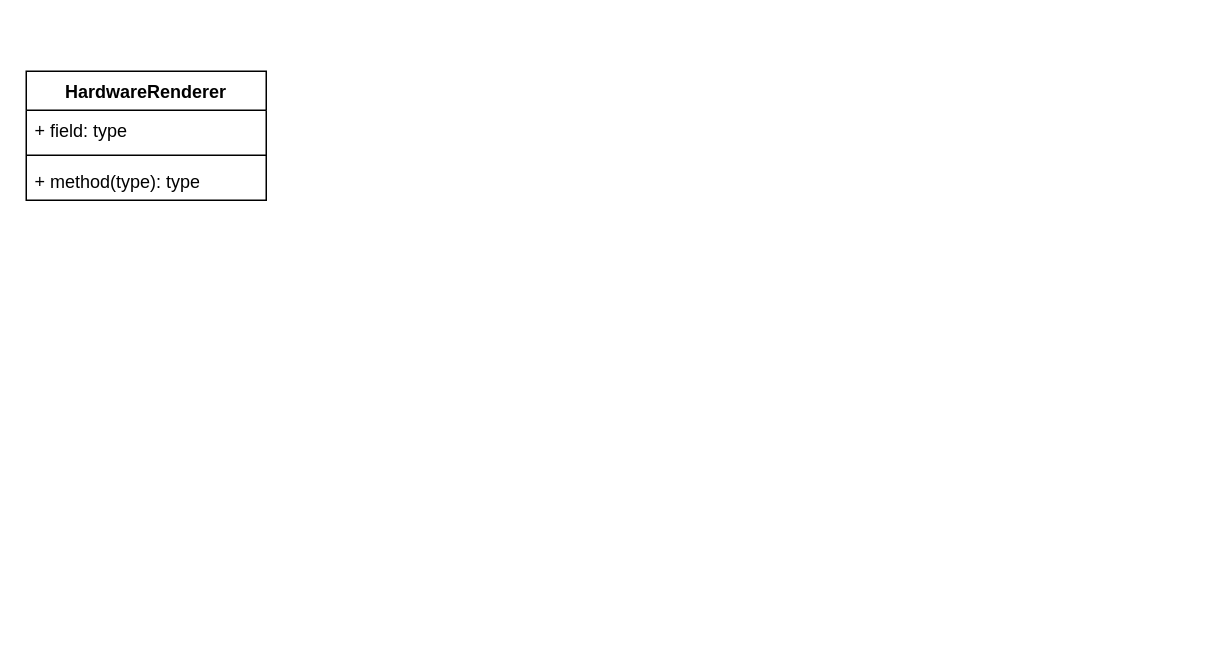
4kp3/note_pic_save keeps this draw.io diagram as page "硬件渲染类图" (3 of 3) of uml/ViewRootImpl启动硬件绘制.drawio. Above is the earlier version. Source tidied: cells renumbered, new cells numbered last; positions are measured from the earlier drawing's top-left corner, leaving out a move shared by most shapes. Both pictures are drawn from the tidied source at 150%, with x=0, y=0 at pixel (26, 70).
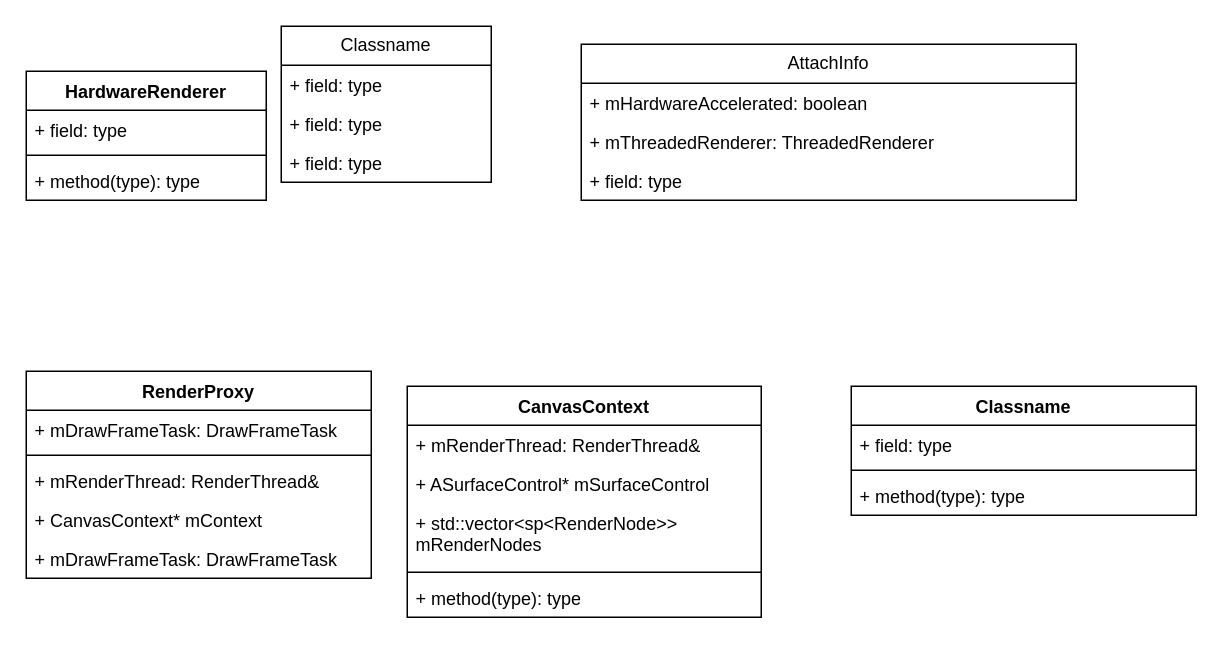
Above is the later version.

Diff of the diagram source:
```diff
@@
+    <mxCell id="6" value="AttachInfo" style="swimlane;fontStyle=0;horizontal=1;startSize=26;fillColor=none;whiteSpace=wrap;html=1;" parent="1" vertex="1">
+      <mxGeometry x="370" y="-18" width="330" height="104" as="geometry" />
+    </mxCell>
+    <mxCell id="7" value="+ mHardwareAccelerated: boolean&lt;br&gt;" style="text;strokeColor=none;fillColor=none;align=left;verticalAlign=top;spacingLeft=4;spacingRight=4;overflow=hidden;whiteSpace=wrap;html=1;" parent="6" vertex="1">
+      <mxGeometry y="26" width="330" height="26" as="geometry" />
+    </mxCell>
+    <mxCell id="8" value="+ mThreadedRenderer: ThreadedRenderer" style="text;strokeColor=none;fillColor=none;align=left;verticalAlign=top;spacingLeft=4;spacingRight=4;overflow=hidden;whiteSpace=wrap;html=1;" parent="6" vertex="1">
+      <mxGeometry y="52" width="330" height="26" as="geometry" />
+    </mxCell>
+    <mxCell id="9" value="+ field: type" style="text;strokeColor=none;fillColor=none;align=left;verticalAlign=top;spacingLeft=4;spacingRight=4;overflow=hidden;whiteSpace=wrap;html=1;" parent="6" vertex="1">
+      <mxGeometry y="78" width="330" height="26" as="geometry" />
+    </mxCell>
+    <mxCell id="10" value="Classname" style="swimlane;fontStyle=0;horizontal=1;startSize=26;fillColor=none;whiteSpace=wrap;html=1;" parent="1" vertex="1">
+      <mxGeometry x="170" y="-30" width="140" height="104" as="geometry" />
+    </mxCell>
+    <mxCell id="11" value="+ field: type" style="text;strokeColor=none;fillColor=none;align=left;verticalAlign=top;spacingLeft=4;spacingRight=4;overflow=hidden;whiteSpace=wrap;html=1;" parent="10" vertex="1">
+      <mxGeometry y="26" width="140" height="26" as="geometry" />
+    </mxCell>
+    <mxCell id="12" value="+ field: type" style="text;strokeColor=none;fillColor=none;align=left;verticalAlign=top;spacingLeft=4;spacingRight=4;overflow=hidden;whiteSpace=wrap;html=1;" parent="10" vertex="1">
+      <mxGeometry y="52" width="140" height="26" as="geometry" />
+    </mxCell>
+    <mxCell id="13" value="+ field: type" style="text;strokeColor=none;fillColor=none;align=left;verticalAlign=top;spacingLeft=4;spacingRight=4;overflow=hidden;whiteSpace=wrap;html=1;" parent="10" vertex="1">
+      <mxGeometry y="78" width="140" height="26" as="geometry" />
+    </mxCell>
+    <mxCell id="14" value="RenderProxy" style="swimlane;fontStyle=1;align=center;verticalAlign=top;horizontal=1;startSize=26;whiteSpace=wrap;html=1;" parent="1" vertex="1">
+      <mxGeometry y="200" width="230" height="138" as="geometry" />
+    </mxCell>
+    <mxCell id="15" value=" + mDrawFrameTask: DrawFrameTask" style="text;strokeColor=none;fillColor=none;align=left;verticalAlign=top;spacingLeft=4;spacingRight=4;overflow=hidden;whiteSpace=wrap;html=1;" parent="14" vertex="1">
+      <mxGeometry y="26" width="230" height="26" as="geometry" />
+    </mxCell>
+    <mxCell id="16" style="line;strokeWidth=1;fillColor=none;align=left;verticalAlign=middle;spacingTop=-1;spacingLeft=3;spacingRight=3;labelPosition=right;strokeColor=inherit;" parent="14" vertex="1">
+      <mxGeometry y="52" width="230" height="8" as="geometry" />
+    </mxCell>
+    <mxCell id="17" value=" +&amp;nbsp;mRenderThread:&amp;nbsp;RenderThread&amp;amp; " style="text;strokeColor=none;fillColor=none;align=left;verticalAlign=top;spacingLeft=4;spacingRight=4;overflow=hidden;whiteSpace=wrap;html=1;" parent="14" vertex="1">
+      <mxGeometry y="60" width="230" height="26" as="geometry" />
+    </mxCell>
+    <mxCell id="18" value=" + CanvasContext* mContext" style="text;strokeColor=none;fillColor=none;align=left;verticalAlign=top;spacingLeft=4;spacingRight=4;overflow=hidden;whiteSpace=wrap;html=1;" parent="14" vertex="1">
+      <mxGeometry y="86" width="230" height="26" as="geometry" />
+    </mxCell>
+    <mxCell id="19" value=" + mDrawFrameTask: DrawFrameTask" style="text;strokeColor=none;fillColor=none;align=left;verticalAlign=top;spacingLeft=4;spacingRight=4;overflow=hidden;whiteSpace=wrap;html=1;" parent="14" vertex="1">
+      <mxGeometry y="112" width="230" height="26" as="geometry" />
+    </mxCell>
+    <mxCell id="20" value="CanvasContext" style="swimlane;fontStyle=1;align=center;verticalAlign=top;horizontal=1;startSize=26;whiteSpace=wrap;html=1;" parent="1" vertex="1">
+      <mxGeometry x="254" y="210" width="236" height="154" as="geometry" />
+    </mxCell>
+    <mxCell id="21" value="+ mRenderThread:&amp;nbsp;RenderThread&amp;amp;" style="text;strokeColor=none;fillColor=none;align=left;verticalAlign=top;spacingLeft=4;spacingRight=4;overflow=hidden;whiteSpace=wrap;html=1;" parent="20" vertex="1">
+      <mxGeometry y="26" width="236" height="26" as="geometry" />
+    </mxCell>
+    <mxCell id="22" value="+ ASurfaceControl* mSurfaceControl" style="text;strokeColor=none;fillColor=none;align=left;verticalAlign=top;spacingLeft=4;spacingRight=4;overflow=hidden;whiteSpace=wrap;html=1;" parent="20" vertex="1">
+      <mxGeometry y="52" width="236" height="26" as="geometry" />
+    </mxCell>
+    <mxCell id="23" value="+ std::vector&amp;lt;sp&amp;lt;RenderNode&amp;gt;&amp;gt; mRenderNodes" style="text;strokeColor=none;fillColor=none;align=left;verticalAlign=top;spacingLeft=4;spacingRight=4;overflow=hidden;whiteSpace=wrap;html=1;" parent="20" vertex="1">
+      <mxGeometry y="78" width="236" height="42" as="geometry" />
+    </mxCell>
+    <mxCell id="24" style="line;strokeWidth=1;fillColor=none;align=left;verticalAlign=middle;spacingTop=-1;spacingLeft=3;spacingRight=3;labelPosition=right;strokeColor=inherit;" parent="20" vertex="1">
+      <mxGeometry y="120" width="236" height="8" as="geometry" />
+    </mxCell>
+    <mxCell id="25" value="+ method(type): type" style="text;strokeColor=none;fillColor=none;align=left;verticalAlign=top;spacingLeft=4;spacingRight=4;overflow=hidden;whiteSpace=wrap;html=1;" parent="20" vertex="1">
+      <mxGeometry y="128" width="236" height="26" as="geometry" />
+    </mxCell>
+    <mxCell id="26" value="Classname" style="swimlane;fontStyle=1;align=center;verticalAlign=top;horizontal=1;startSize=26;whiteSpace=wrap;html=1;" parent="1" vertex="1">
+      <mxGeometry x="550" y="210" width="230" height="86" as="geometry" />
+    </mxCell>
+    <mxCell id="27" value="+ field: type" style="text;strokeColor=none;fillColor=none;align=left;verticalAlign=top;spacingLeft=4;spacingRight=4;overflow=hidden;whiteSpace=wrap;html=1;" parent="26" vertex="1">
+      <mxGeometry y="26" width="230" height="26" as="geometry" />
+    </mxCell>
+    <mxCell id="28" style="line;strokeWidth=1;fillColor=none;align=left;verticalAlign=middle;spacingTop=-1;spacingLeft=3;spacingRight=3;labelPosition=right;strokeColor=inherit;" parent="26" vertex="1">
+      <mxGeometry y="52" width="230" height="8" as="geometry" />
+    </mxCell>
+    <mxCell id="29" value="+ method(type): type" style="text;strokeColor=none;fillColor=none;align=left;verticalAlign=top;spacingLeft=4;spacingRight=4;overflow=hidden;whiteSpace=wrap;html=1;" parent="26" vertex="1">
+      <mxGeometry y="60" width="230" height="26" as="geometry" />
+    </mxCell>
```
